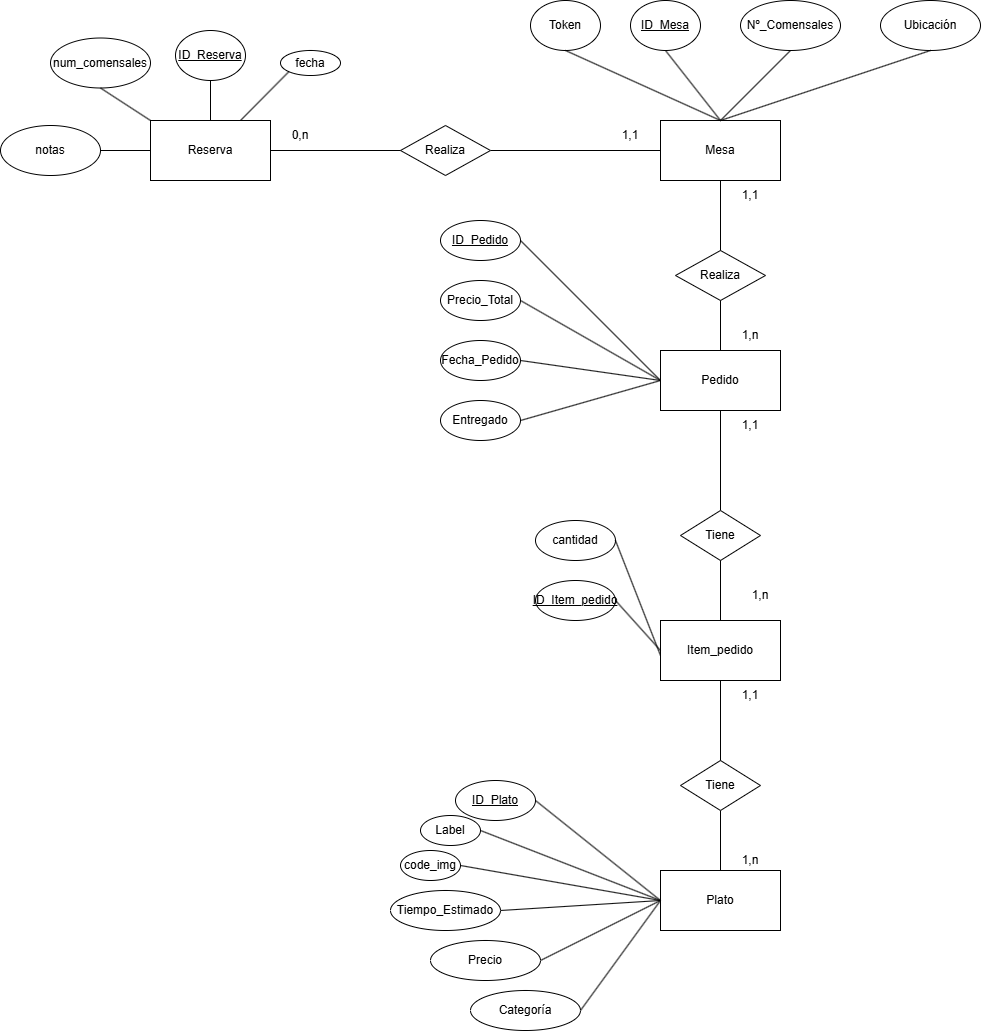
The draw.io diagram Tercera Entrega - Diana/E-R.png in IshimiG/delightfood, before a commit. Source tidied: cells renumbered, new cells last; positions are measured from the earlier drawing's top-left corner, leaving out a move shared by most shapes.
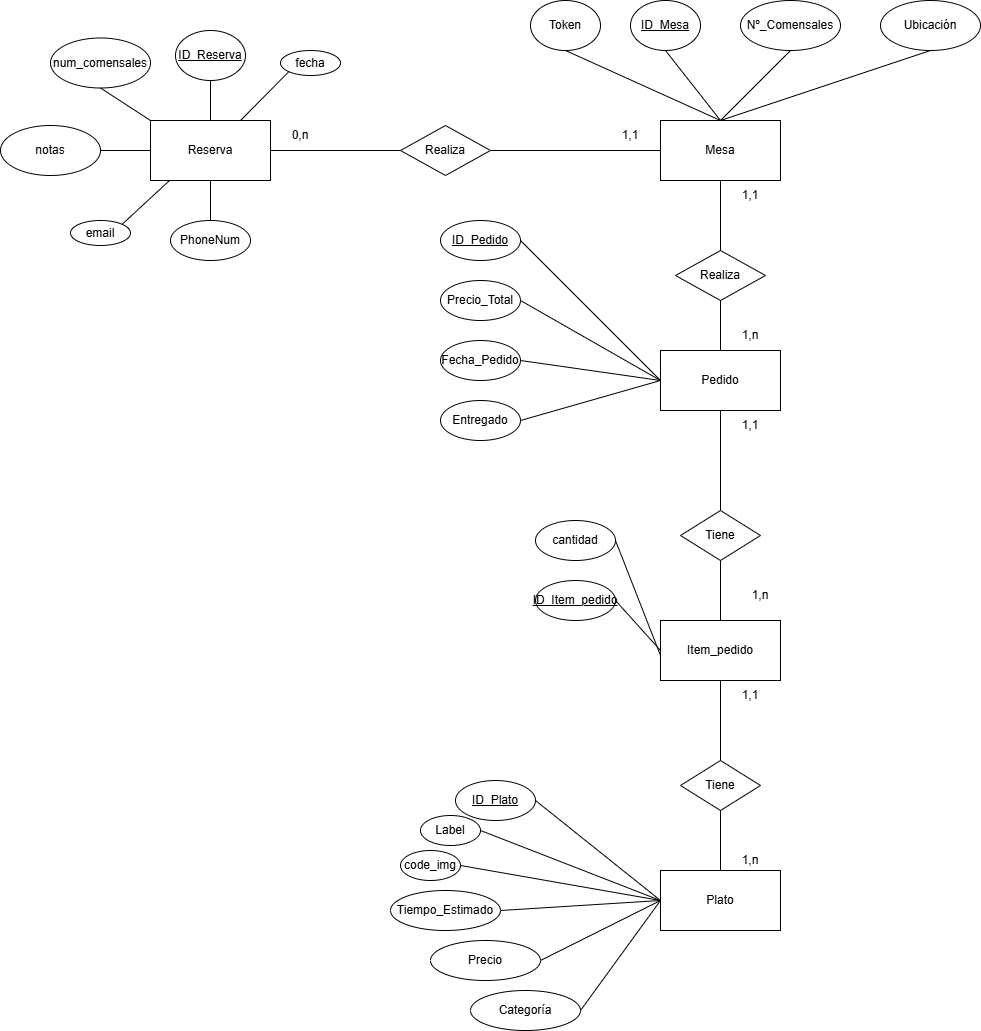
After the commit.

The edit, as a diff of the source:
```diff
@@ -203,5 +203,19 @@
     <mxCell id="66" value="1,1" style="text;html=1;align=center;verticalAlign=middle;whiteSpace=wrap;rounded=0;" parent="1" vertex="1">
       <mxGeometry x="720" y="680" width="60" height="30" as="geometry" />
     </mxCell>
+    <mxCell id="67" value="email" style="ellipse;whiteSpace=wrap;html=1;" parent="1" vertex="1">
+      <mxGeometry x="70" y="220" width="60" height="25" as="geometry" />
+    </mxCell>
+    <mxCell id="68" style="endArrow=none;html=1;rounded=0;exitX=0;exitY=1;exitDx=0;exitDy=0;entryX=1;entryY=0;entryDx=0;entryDy=0;" parent="1" edge="1" target="67">
+      <mxGeometry relative="1" as="geometry">
+        <mxPoint x="169" y="180" as="sourcePoint" />
+      </mxGeometry>
+    </mxCell>
+    <mxCell id="69" value="PhoneNum" style="ellipse;whiteSpace=wrap;html=1;" parent="1" vertex="1">
+      <mxGeometry x="170" y="220" width="80" height="40" as="geometry" />
+    </mxCell>
+    <mxCell id="70" style="endArrow=none;html=1;rounded=0;exitX=0.5;exitY=1;exitDx=0;exitDy=0;entryX=0.5;entryY=0;entryDx=0;entryDy=0;" parent="1" edge="1" source="41" target="69">
+      <mxGeometry relative="1" as="geometry" />
+    </mxCell>
   </root>
 </mxGraphModel>
```
